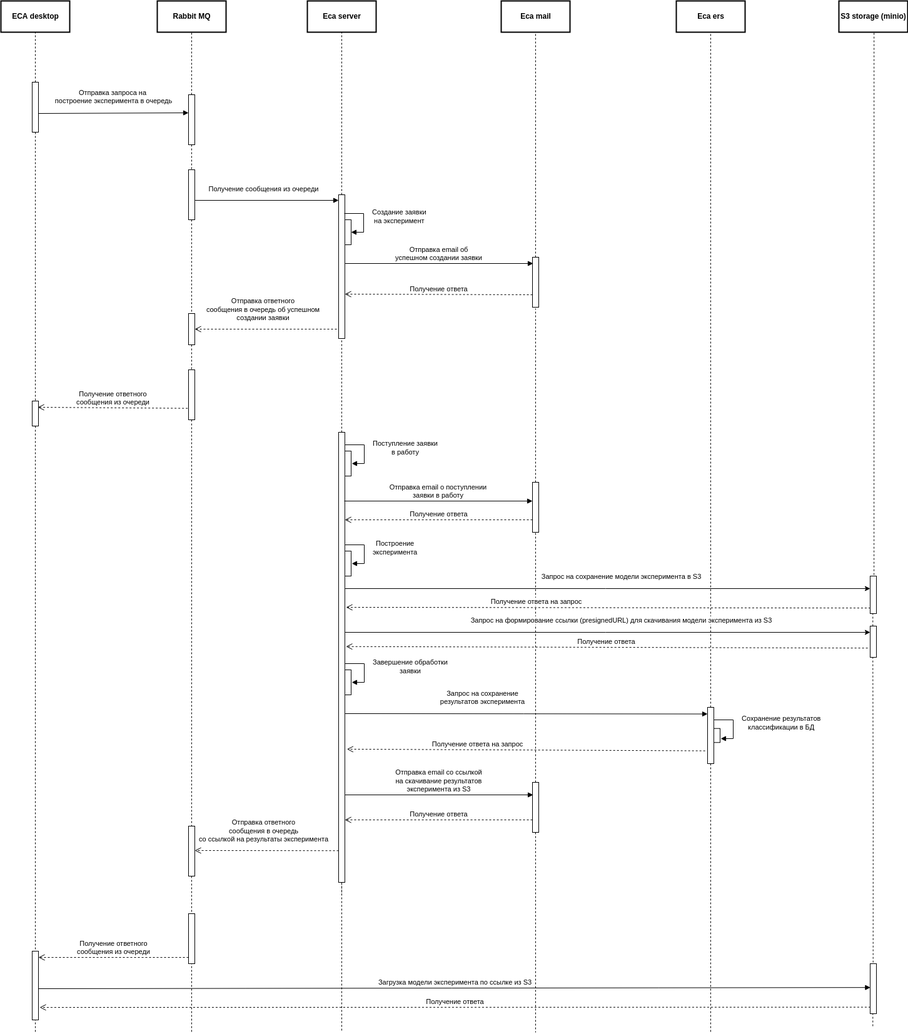
Above: doc/images/experiment-request-sequence.png in Stonnos/eca-service (draw.io), before the change. Source tidied: cells renumbered, new cells last; positions are measured from the earlier drawing's top-left corner, leaving out a move shared by most shapes.
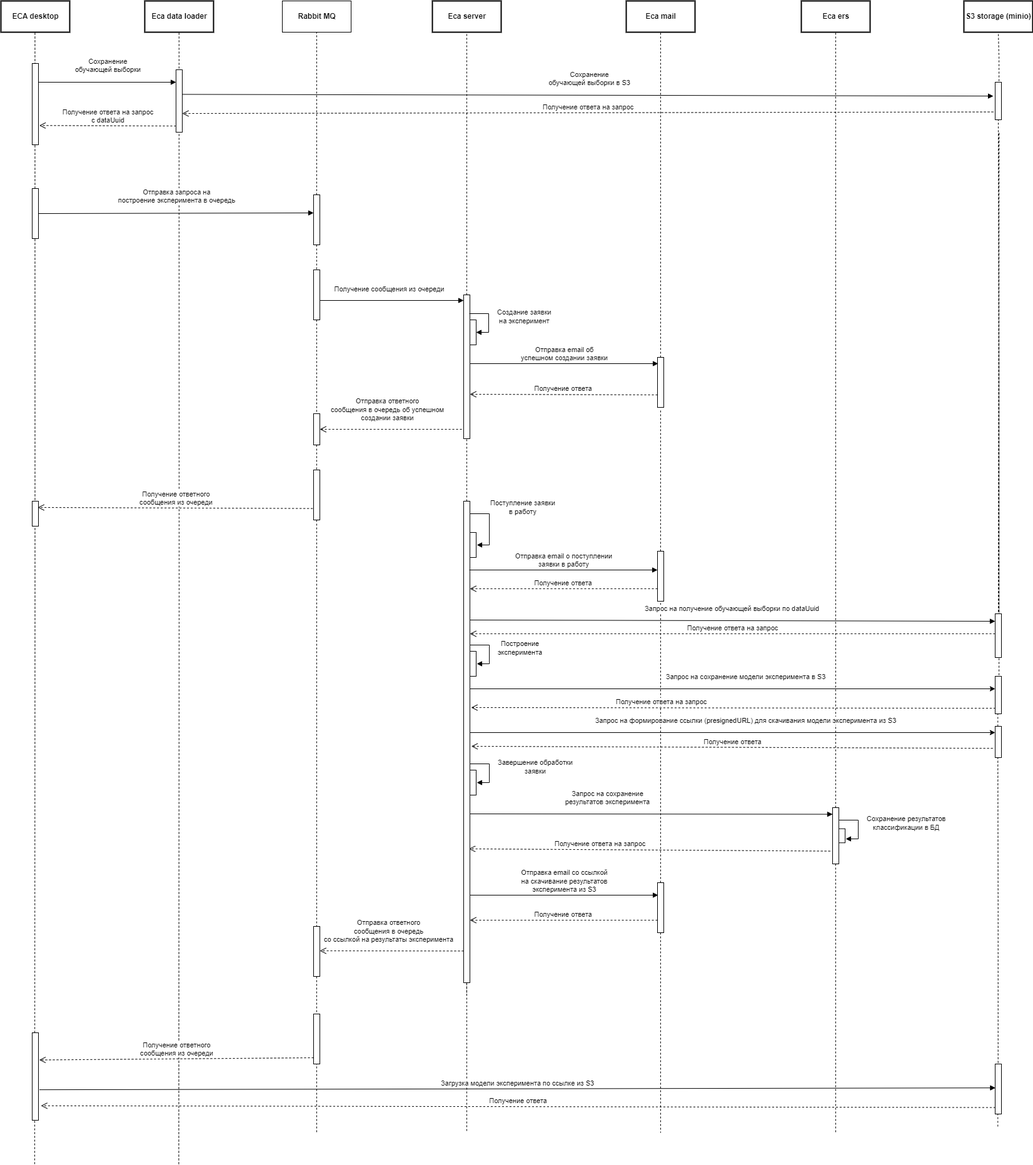
After the commit.

Commit message:
#ES-295 - updated sequence diagrams

Change to the diagram source:
```diff
@@ -2,19 +2,23 @@
   <root>
     <mxCell id="0" />
     <mxCell id="1" parent="0" />
-    <mxCell id="2" style="edgeStyle=orthogonalEdgeStyle;rounded=0;jettySize=auto;html=1;endArrow=none;endFill=0;dashed=1;" parent="1" edge="1" source="4">
-      <mxGeometry relative="1" as="geometry">
-        <mxPoint x="55" y="40" as="targetPoint" />
-      </mxGeometry>
-    </mxCell>
-    <mxCell id="3" style="edgeStyle=orthogonalEdgeStyle;rounded=0;jettySize=auto;html=1;dashed=1;endArrow=none;endFill=0;" parent="1" edge="1" source="4" target="25">
-      <mxGeometry relative="1" as="geometry" />
-    </mxCell>
+    <mxCell id="82" style="edgeStyle=orthogonalEdgeStyle;rounded=0;orthogonalLoop=1;jettySize=auto;html=1;dashed=1;endArrow=none;endFill=0;entryX=0.5;entryY=1;entryDx=0;entryDy=0;" parent="1" edge="1">
+      <mxGeometry relative="1" as="geometry">
+        <mxPoint x="84.4" y="1700" as="sourcePoint" />
+        <mxPoint x="84.8" y="-110" as="targetPoint" />
+      </mxGeometry>
+    </mxCell>
+    <mxCell id="83" style="edgeStyle=orthogonalEdgeStyle;rounded=0;orthogonalLoop=1;jettySize=auto;html=1;dashed=1;endArrow=none;endFill=0;entryX=0.5;entryY=1;entryDx=0;entryDy=0;" parent="1" edge="1">
+      <mxGeometry relative="1" as="geometry">
+        <mxPoint x="-146" y="1700" as="sourcePoint" />
+        <mxPoint x="-145.6" y="-110" as="targetPoint" />
+      </mxGeometry>
+    </mxCell>
     <mxCell id="4" style="html=1;points=[];perimeter=orthogonalPerimeter;" parent="1" vertex="1">
-      <mxGeometry x="50" y="130" width="10" height="80" as="geometry" />
+      <mxGeometry x="-150" y="140" width="10" height="80" as="geometry" />
     </mxCell>
     <mxCell id="5" value="&lt;b&gt;ECA desktop&lt;/b&gt;" style="html=1;strokeWidth=2;" parent="1" vertex="1">
-      <mxGeometry width="110" height="50" as="geometry" />
+      <mxGeometry x="-200" y="-160" width="110" height="50" as="geometry" />
     </mxCell>
     <mxCell id="6" style="edgeStyle=orthogonalEdgeStyle;rounded=0;jettySize=auto;html=1;entryX=0.5;entryY=1;entryDx=0;entryDy=0;dashed=1;endArrow=none;endFill=0;" parent="1" edge="1" source="7" target="9">
       <mxGeometry relative="1" as="geometry" />
@@ -22,23 +26,19 @@
     <mxCell id="7" style="html=1;points=[];perimeter=orthogonalPerimeter;" parent="1" vertex="1">
       <mxGeometry x="300" y="150" width="10" height="80" as="geometry" />
     </mxCell>
-    <mxCell id="8" value="&lt;font style=&quot;font-size: 11px&quot;&gt;Отправка запроса на &lt;br&gt;построение эксперимента в очередь&lt;/font&gt;" style="html=1;verticalAlign=bottom;endArrow=block;" parent="1" edge="1">
+    <mxCell id="8" value="&lt;font style=&quot;font-size: 11px&quot;&gt;Отправка запроса на &lt;br&gt;построение эксперимента в очередь&lt;/font&gt;" style="html=1;verticalAlign=bottom;endArrow=block;exitX=1;exitY=0.5;exitDx=0;exitDy=0;exitPerimeter=0;" parent="1" edge="1" source="4">
       <mxGeometry y="11" relative="1" as="geometry">
-        <mxPoint x="60" y="180" as="sourcePoint" />
         <mxPoint x="300" y="179" as="targetPoint" />
       </mxGeometry>
     </mxCell>
     <mxCell id="9" value="&lt;b&gt;Rabbit MQ&lt;/b&gt;" style="html=1;" parent="1" vertex="1">
-      <mxGeometry x="250" width="110" height="50" as="geometry" />
+      <mxGeometry x="250" y="-160" width="110" height="50" as="geometry" />
     </mxCell>
-    <mxCell id="10" value="&lt;b&gt;Rabbit MQ&lt;/b&gt;" style="html=1;strokeWidth=2;" parent="1" vertex="1">
-      <mxGeometry x="250" width="110" height="50" as="geometry" />
-    </mxCell>
     <mxCell id="11" value="&lt;b&gt;Eca server&lt;/b&gt;" style="html=1;strokeWidth=2;" parent="1" vertex="1">
-      <mxGeometry x="490" width="110" height="50" as="geometry" />
+      <mxGeometry x="490" y="-160" width="110" height="50" as="geometry" />
     </mxCell>
     <mxCell id="12" value="&lt;b&gt;Eca ers&lt;/b&gt;" style="html=1;strokeWidth=2;" parent="1" vertex="1">
-      <mxGeometry x="1080" width="110" height="50" as="geometry" />
+      <mxGeometry x="1080" y="-160" width="110" height="50" as="geometry" />
     </mxCell>
     <mxCell id="13" style="edgeStyle=orthogonalEdgeStyle;rounded=0;jettySize=auto;html=1;entryX=0.5;entryY=1;entryDx=0;entryDy=0;dashed=1;endArrow=none;endFill=0;strokeColor=#000000;" parent="1" edge="1" source="14" target="11">
       <mxGeometry relative="1" as="geometry" />
@@ -88,13 +88,8 @@
         <mxPoint x="537" y="525" as="sourcePoint" />
       </mxGeometry>
     </mxCell>
-    <mxCell id="24" style="edgeStyle=orthogonalEdgeStyle;rounded=0;jettySize=auto;html=1;endArrow=none;endFill=0;strokeColor=#000000;dashed=1;" parent="1" edge="1" source="25">
-      <mxGeometry relative="1" as="geometry">
-        <mxPoint x="55" y="1650" as="targetPoint" />
-      </mxGeometry>
-    </mxCell>
     <mxCell id="25" style="html=1;points=[];perimeter=orthogonalPerimeter;" parent="1" vertex="1">
-      <mxGeometry x="50" y="640" width="10" height="40" as="geometry" />
+      <mxGeometry x="-150" y="640" width="10" height="40" as="geometry" />
     </mxCell>
     <mxCell id="26" style="html=1;points=[];perimeter=orthogonalPerimeter;" parent="1" vertex="1">
       <mxGeometry x="300" y="590" width="10" height="80" as="geometry" />
@@ -106,12 +101,10 @@
       <mxGeometry relative="1" as="geometry" />
     </mxCell>
     <mxCell id="29" value="&lt;b&gt;Eca mail&lt;/b&gt;" style="html=1;strokeWidth=2;" parent="1" vertex="1">
-      <mxGeometry x="800" width="110" height="50" as="geometry" />
+      <mxGeometry x="800" y="-160" width="110" height="50" as="geometry" />
     </mxCell>
-    <mxCell id="30" style="edgeStyle=orthogonalEdgeStyle;rounded=0;jettySize=auto;html=1;dashed=1;endArrow=none;endFill=0;" parent="1" edge="1" source="31">
-      <mxGeometry relative="1" as="geometry">
-        <mxPoint x="855" y="50" as="targetPoint" />
-      </mxGeometry>
+    <mxCell id="30" style="edgeStyle=orthogonalEdgeStyle;rounded=0;jettySize=auto;html=1;dashed=1;endArrow=none;endFill=0;entryX=0.5;entryY=1;entryDx=0;entryDy=0;" parent="1" edge="1" source="31" target="29">
+      <mxGeometry relative="1" as="geometry" />
     </mxCell>
     <mxCell id="31" style="html=1;points=[];perimeter=orthogonalPerimeter;" parent="1" vertex="1">
       <mxGeometry x="850" y="410" width="10" height="80" as="geometry" />
@@ -136,19 +129,16 @@
       </mxGeometry>
     </mxCell>
     <mxCell id="36" style="html=1;points=[];perimeter=orthogonalPerimeter;" parent="1" vertex="1">
-      <mxGeometry x="540" y="690" width="10" height="720" as="geometry" />
+      <mxGeometry x="540" y="640" width="10" height="770" as="geometry" />
     </mxCell>
-    <mxCell id="37" style="html=1;points=[];perimeter=orthogonalPerimeter;" parent="1" vertex="1">
-      <mxGeometry x="550" y="720" width="10" height="40" as="geometry" />
-    </mxCell>
-    <mxCell id="38" value="&lt;div style=&quot;text-align: center&quot;&gt;Поступление заявки&lt;/div&gt;&lt;div style=&quot;text-align: center&quot;&gt;в работу&lt;/div&gt;" style="edgeStyle=orthogonalEdgeStyle;html=1;align=left;spacingLeft=2;endArrow=block;rounded=0;strokeColor=#000000;" parent="1" edge="1">
+    <mxCell id="38" value="&lt;div style=&quot;text-align: center&quot;&gt;Поступление заявки&lt;/div&gt;&lt;div style=&quot;text-align: center&quot;&gt;в работу&lt;/div&gt;" style="edgeStyle=orthogonalEdgeStyle;html=1;align=left;spacingLeft=2;endArrow=block;rounded=0;strokeColor=#000000;" parent="1" edge="1" source="37">
       <mxGeometry x="-0.1" y="10" relative="1" as="geometry">
-        <mxPoint x="550" y="710" as="sourcePoint" />
-        <mxPoint x="561" y="740" as="targetPoint" />
+        <mxPoint x="561" y="710" as="targetPoint" />
         <Array as="points">
-          <mxPoint x="550" y="710" />
+          <mxPoint x="550" y="660" />
+          <mxPoint x="581" y="660" />
           <mxPoint x="581" y="710" />
-          <mxPoint x="581" y="740" />
+          <mxPoint x="561" y="710" />
         </Array>
       </mxGeometry>
     </mxCell>
@@ -158,18 +148,18 @@
       </mxGeometry>
     </mxCell>
     <mxCell id="40" style="html=1;points=[];perimeter=orthogonalPerimeter;" parent="1" vertex="1">
-      <mxGeometry x="850" y="770" width="10" height="80" as="geometry" />
+      <mxGeometry x="850" y="720" width="10" height="80" as="geometry" />
     </mxCell>
     <mxCell id="41" value="Отправка email о поступлении&lt;br&gt;заявки в работу" style="html=1;verticalAlign=bottom;endArrow=block;entryX=0.1;entryY=0.125;entryDx=0;entryDy=0;entryPerimeter=0;" parent="1" edge="1">
       <mxGeometry relative="1" as="geometry">
-        <mxPoint x="549" y="800" as="sourcePoint" />
-        <mxPoint x="850" y="800" as="targetPoint" />
+        <mxPoint x="549" y="750" as="sourcePoint" />
+        <mxPoint x="850" y="750" as="targetPoint" />
       </mxGeometry>
     </mxCell>
     <mxCell id="42" value="Получение ответа" style="html=1;verticalAlign=bottom;endArrow=open;dashed=1;endSize=8;" parent="1" edge="1">
       <mxGeometry relative="1" as="geometry">
-        <mxPoint x="850" y="830" as="sourcePoint" />
-        <mxPoint x="550" y="830" as="targetPoint" />
+        <mxPoint x="850" y="780" as="sourcePoint" />
+        <mxPoint x="550" y="780" as="targetPoint" />
       </mxGeometry>
     </mxCell>
     <mxCell id="43" style="html=1;perimeter=orthogonalPerimeter;" parent="1" vertex="1">
@@ -203,7 +193,7 @@
         <mxPoint x="1130" y="1140.6" as="targetPoint" />
       </mxGeometry>
     </mxCell>
-    <mxCell id="49" value="Получение ответа на запрос" style="html=1;verticalAlign=bottom;endArrow=open;dashed=1;endSize=8;entryX=1.329;entryY=0.704;entryDx=0;entryDy=0;entryPerimeter=0;exitX=-0.386;exitY=0.773;exitDx=0;exitDy=0;exitPerimeter=0;" parent="1" edge="1" source="47" target="36">
+    <mxCell id="49" value="Получение ответа на запрос" style="html=1;verticalAlign=bottom;endArrow=open;dashed=1;endSize=8;entryX=0.847;entryY=0.722;entryDx=0;entryDy=0;entryPerimeter=0;exitX=-0.386;exitY=0.773;exitDx=0;exitDy=0;exitPerimeter=0;" parent="1" edge="1" source="47" target="36">
       <mxGeometry x="0.27" relative="1" as="geometry" />
     </mxCell>
     <mxCell id="50" style="html=1;perimeter=orthogonalPerimeter;" parent="1" vertex="1">
@@ -273,24 +263,21 @@
       <mxGeometry x="300" y="1460" width="10" height="80" as="geometry" />
     </mxCell>
     <mxCell id="62" style="html=1;points=[];perimeter=orthogonalPerimeter;" parent="1" vertex="1">
-      <mxGeometry x="50" y="1520" width="10" height="110" as="geometry" />
+      <mxGeometry x="-150" y="1490" width="10" height="140" as="geometry" />
     </mxCell>
-    <mxCell id="63" value="&lt;font style=&quot;font-size: 11px&quot;&gt;Получение ответного&lt;br&gt;сообщения из очереди&lt;/font&gt;" style="html=1;verticalAlign=bottom;endArrow=open;dashed=1;endSize=8;strokeColor=#000000;" parent="1" edge="1">
+    <mxCell id="63" value="&lt;font style=&quot;font-size: 11px&quot;&gt;Получение ответного&lt;br&gt;сообщения из очереди&lt;/font&gt;" style="html=1;verticalAlign=bottom;endArrow=open;dashed=1;endSize=8;strokeColor=#000000;entryX=1.141;entryY=0.311;entryDx=0;entryDy=0;entryPerimeter=0;" parent="1" edge="1" target="62">
       <mxGeometry relative="1" as="geometry">
         <mxPoint x="300" y="1530" as="sourcePoint" />
-        <mxPoint x="60" y="1530" as="targetPoint" />
       </mxGeometry>
     </mxCell>
-    <mxCell id="64" value="Загрузка модели эксперимента по ссылке из S3" style="html=1;verticalAlign=bottom;endArrow=block;entryX=0.043;entryY=0.477;entryDx=0;entryDy=0;entryPerimeter=0;" parent="1" edge="1" target="72">
-      <mxGeometry relative="1" as="geometry">
-        <mxPoint x="60" y="1580" as="sourcePoint" />
-      </mxGeometry>
+    <mxCell id="64" value="Загрузка модели эксперимента по ссылке из S3" style="html=1;verticalAlign=bottom;endArrow=block;entryX=0.043;entryY=0.477;entryDx=0;entryDy=0;entryPerimeter=0;exitX=1.16;exitY=0.651;exitDx=0;exitDy=0;exitPerimeter=0;" parent="1" edge="1" source="62" target="72">
+      <mxGeometry relative="1" as="geometry" />
     </mxCell>
-    <mxCell id="65" value="Получение ответа" style="html=1;verticalAlign=bottom;endArrow=open;dashed=1;endSize=8;entryX=1.2;entryY=0.818;entryDx=0;entryDy=0;entryPerimeter=0;exitX=0.043;exitY=0.87;exitDx=0;exitDy=0;exitPerimeter=0;" parent="1" edge="1" source="72" target="62">
+    <mxCell id="65" value="Получение ответа" style="html=1;verticalAlign=bottom;endArrow=open;dashed=1;endSize=8;entryX=1.4;entryY=0.834;entryDx=0;entryDy=0;entryPerimeter=0;exitX=0.043;exitY=0.87;exitDx=0;exitDy=0;exitPerimeter=0;" parent="1" edge="1" source="72" target="62">
       <mxGeometry relative="1" as="geometry" />
     </mxCell>
     <mxCell id="66" value="&lt;b&gt;S3 storage (minio)&lt;/b&gt;" style="html=1;strokeWidth=2;" parent="1" vertex="1">
-      <mxGeometry x="1340" width="110" height="50" as="geometry" />
+      <mxGeometry x="1340" y="-160" width="110" height="50" as="geometry" />
     </mxCell>
     <mxCell id="67" style="html=1;points=[];perimeter=orthogonalPerimeter;" parent="1" vertex="1">
       <mxGeometry x="1390" y="920" width="10" height="60" as="geometry" />
@@ -311,13 +298,8 @@
         <mxPoint x="552" y="970" as="targetPoint" />
       </mxGeometry>
     </mxCell>
-    <mxCell id="71" style="edgeStyle=orthogonalEdgeStyle;rounded=0;jettySize=auto;html=1;dashed=1;endArrow=none;endFill=0;exitX=0.614;exitY=-0.031;exitDx=0;exitDy=0;exitPerimeter=0;" parent="1" edge="1" source="67">
-      <mxGeometry relative="1" as="geometry">
-        <mxPoint x="1390" y="50" as="targetPoint" />
-        <Array as="points">
-          <mxPoint x="1396" y="50" />
-        </Array>
-      </mxGeometry>
+    <mxCell id="71" style="edgeStyle=orthogonalEdgeStyle;rounded=0;jettySize=auto;html=1;dashed=1;endArrow=none;endFill=0;exitX=0.614;exitY=-0.031;exitDx=0;exitDy=0;exitPerimeter=0;entryX=0.5;entryY=1;entryDx=0;entryDy=0;" parent="1" edge="1" source="90" target="66">
+      <mxGeometry relative="1" as="geometry" />
     </mxCell>
     <mxCell id="72" style="html=1;points=[];perimeter=orthogonalPerimeter;" parent="1" vertex="1">
       <mxGeometry x="1390" y="1540" width="10" height="80" as="geometry" />
@@ -342,7 +324,7 @@
         <mxPoint x="-27" y="-21" as="offset" />
       </mxGeometry>
     </mxCell>
-    <mxCell id="78" value="Получение ответа" style="html=1;verticalAlign=bottom;endArrow=open;dashed=1;endSize=8;exitX=-0.386;exitY=0.704;exitDx=0;exitDy=0;exitPerimeter=0;entryX=1.186;entryY=0.476;entryDx=0;entryDy=0;entryPerimeter=0;" parent="1" edge="1" source="75" target="36">
+    <mxCell id="78" value="Получение ответа" style="html=1;verticalAlign=bottom;endArrow=open;dashed=1;endSize=8;exitX=-0.386;exitY=0.704;exitDx=0;exitDy=0;exitPerimeter=0;entryX=1.224;entryY=0.509;entryDx=0;entryDy=0;entryPerimeter=0;" parent="1" edge="1" source="75" target="36">
       <mxGeometry relative="1" as="geometry" />
     </mxCell>
     <mxCell id="79" style="edgeStyle=orthogonalEdgeStyle;rounded=0;orthogonalLoop=1;jettySize=auto;html=1;entryX=0.5;entryY=1;entryDx=0;entryDy=0;dashed=1;endArrow=none;endFill=0;" parent="1" edge="1">
@@ -362,5 +344,70 @@
         <mxPoint x="1394.3" y="1620" as="targetPoint" />
       </mxGeometry>
     </mxCell>
+    <mxCell id="84" value="&lt;b&gt;Eca data loader&lt;/b&gt;" style="html=1;strokeWidth=2;" parent="1" vertex="1">
+      <mxGeometry x="30" y="-160" width="110" height="50" as="geometry" />
+    </mxCell>
+    <mxCell id="85" style="html=1;points=[];perimeter=orthogonalPerimeter;" parent="1" vertex="1">
+      <mxGeometry x="-150" y="-60" width="10" height="130" as="geometry" />
+    </mxCell>
+    <mxCell id="86" style="html=1;points=[];perimeter=orthogonalPerimeter;" parent="1" vertex="1">
+      <mxGeometry x="80" y="-50" width="10" height="100" as="geometry" />
+    </mxCell>
+    <mxCell id="87" value="&lt;font style=&quot;font-size: 11px&quot;&gt;Сохранение&lt;br&gt;обучающей выборки&lt;br&gt;&lt;/font&gt;" style="html=1;verticalAlign=bottom;endArrow=block;exitX=1.12;exitY=0.495;exitDx=0;exitDy=0;exitPerimeter=0;entryX=0;entryY=0.2;entryDx=0;entryDy=0;entryPerimeter=0;" parent="1" edge="1" target="86">
+      <mxGeometry y="11" relative="1" as="geometry">
+        <mxPoint x="-140" y="-30" as="sourcePoint" />
+      </mxGeometry>
+    </mxCell>
+    <mxCell id="88" value="&lt;font style=&quot;font-size: 11px&quot;&gt;Сохранение&lt;br&gt;обучающей выборки в S3&lt;br&gt;&lt;/font&gt;" style="html=1;verticalAlign=bottom;endArrow=block;exitX=1.12;exitY=0.495;exitDx=0;exitDy=0;exitPerimeter=0;entryX=-0.294;entryY=0.369;entryDx=0;entryDy=0;entryPerimeter=0;" parent="1" edge="1" target="90">
+      <mxGeometry y="11" relative="1" as="geometry">
+        <mxPoint x="90" y="-10.6" as="sourcePoint" />
+      </mxGeometry>
+    </mxCell>
+    <mxCell id="89" style="edgeStyle=orthogonalEdgeStyle;rounded=0;jettySize=auto;html=1;dashed=1;endArrow=none;endFill=0;exitX=0.614;exitY=-0.031;exitDx=0;exitDy=0;exitPerimeter=0;entryX=0.5;entryY=1;entryDx=0;entryDy=0;" parent="1" edge="1" source="96" target="90">
+      <mxGeometry relative="1" as="geometry" />
+    </mxCell>
+    <mxCell id="90" style="html=1;points=[];perimeter=orthogonalPerimeter;" parent="1" vertex="1">
+      <mxGeometry x="1390" y="-30" width="10" height="60" as="geometry" />
+    </mxCell>
+    <mxCell id="91" value="&lt;font style=&quot;font-size: 11px&quot;&gt;Получение ответа на запрос&lt;/font&gt;" style="html=1;verticalAlign=bottom;endArrow=open;dashed=1;endSize=8;strokeColor=#000000;exitX=-0.294;exitY=0.792;exitDx=0;exitDy=0;exitPerimeter=0;" parent="1" edge="1" source="90">
+      <mxGeometry relative="1" as="geometry">
+        <mxPoint x="90" y="20" as="targetPoint" />
+      </mxGeometry>
+    </mxCell>
+    <mxCell id="92" value="&lt;font style=&quot;font-size: 11px&quot;&gt;Получение ответа на запрос&lt;br&gt;c dataUuid&lt;/font&gt;" style="html=1;verticalAlign=bottom;endArrow=open;dashed=1;endSize=8;strokeColor=#000000;exitX=0;exitY=0.75;exitDx=0;exitDy=0;exitPerimeter=0;entryX=1.141;entryY=0.763;entryDx=0;entryDy=0;entryPerimeter=0;" parent="1" edge="1" target="85">
+      <mxGeometry relative="1" as="geometry">
+        <mxPoint x="80" y="40" as="sourcePoint" />
+      </mxGeometry>
+    </mxCell>
+    <mxCell id="93" style="edgeStyle=orthogonalEdgeStyle;html=1;align=left;spacingLeft=2;endArrow=block;rounded=0;strokeColor=#000000;" parent="1" edge="1" target="37">
+      <mxGeometry x="-0.1" y="10" relative="1" as="geometry">
+        <mxPoint x="550" y="710" as="sourcePoint" />
+      </mxGeometry>
+    </mxCell>
+    <mxCell id="37" style="html=1;points=[];perimeter=orthogonalPerimeter;" parent="1" vertex="1">
+      <mxGeometry x="550" y="690" width="10" height="40" as="geometry" />
+    </mxCell>
+    <mxCell id="94" value="&lt;font style=&quot;font-size: 11px&quot;&gt;Запрос на получение обучающей выборки по dataUuid&lt;br&gt;&lt;/font&gt;" style="html=1;verticalAlign=bottom;endArrow=block;strokeColor=#000000;" parent="1" edge="1">
+      <mxGeometry y="10" relative="1" as="geometry">
+        <mxPoint x="550" y="830" as="sourcePoint" />
+        <mxPoint x="1390" y="832" as="targetPoint" />
+      </mxGeometry>
+    </mxCell>
+    <mxCell id="95" style="edgeStyle=orthogonalEdgeStyle;rounded=0;jettySize=auto;html=1;dashed=1;endArrow=none;endFill=0;exitX=0.614;exitY=-0.031;exitDx=0;exitDy=0;exitPerimeter=0;entryX=0.5;entryY=1;entryDx=0;entryDy=0;" parent="1" edge="1" source="67" target="96">
+      <mxGeometry relative="1" as="geometry">
+        <Array as="points">
+          <mxPoint x="1396" y="50" />
+        </Array>
+      </mxGeometry>
+    </mxCell>
+    <mxCell id="96" style="html=1;points=[];perimeter=orthogonalPerimeter;" parent="1" vertex="1">
+      <mxGeometry x="1390" y="820" width="10" height="70" as="geometry" />
+    </mxCell>
+    <mxCell id="97" value="&lt;font style=&quot;font-size: 11px&quot;&gt;Получение ответа на запрос&lt;/font&gt;" style="html=1;verticalAlign=bottom;endArrow=open;dashed=1;endSize=8;strokeColor=#000000;exitX=-0.36;exitY=0.645;exitDx=0;exitDy=0;exitPerimeter=0;" parent="1" edge="1">
+      <mxGeometry relative="1" as="geometry">
+        <mxPoint x="1390" y="852" as="sourcePoint" />
+        <mxPoint x="550" y="852" as="targetPoint" />
+      </mxGeometry>
+    </mxCell>
   </root>
 </mxGraphModel>
```
